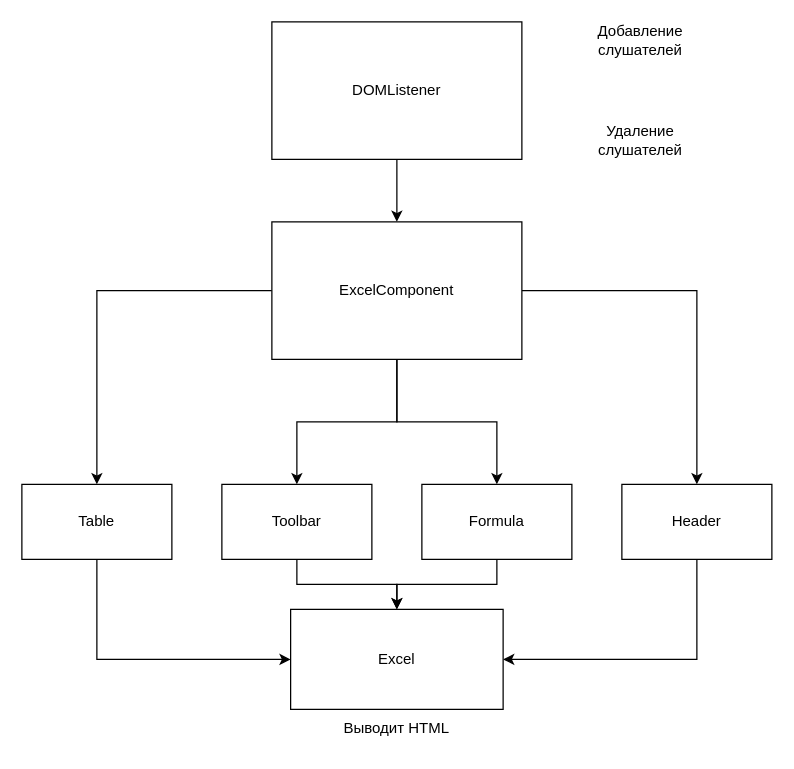
dmitriqm/excel-js keeps this draw.io diagram as page "Components" (2 of 3) of web design.drawio. Above is the earlier version. Source tidied: cells renumbered, new cells numbered last; positions are measured from the earlier drawing's top-left corner, leaving out a move shared by most shapes. Both pictures are drawn from the tidied source at 125%, with x=0, y=0 at pixel (21, 21).
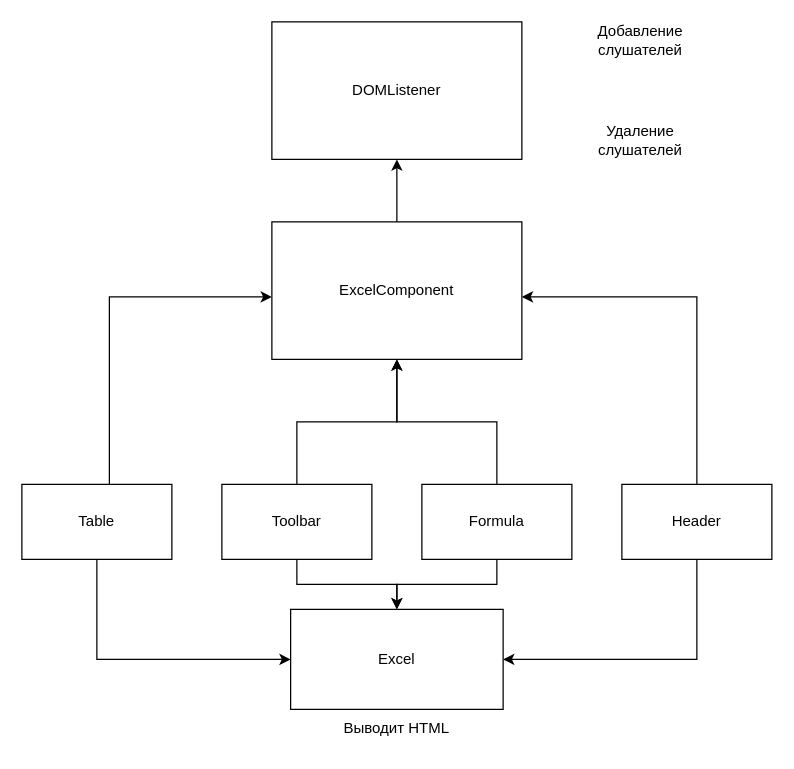
The same page after the edit.

Unchanged cells that the change refers to:
```xml
<mxCell id="3" value="Header" style="rounded=0;whiteSpace=wrap;html=1;" parent="1" vertex="1">
  <mxGeometry x="480" y="370" width="120" height="60" as="geometry" />
</mxCell>
<mxCell id="5" value="Formula" style="rounded=0;whiteSpace=wrap;html=1;" parent="1" vertex="1">
  <mxGeometry x="320" y="370" width="120" height="60" as="geometry" />
</mxCell>
<mxCell id="7" value="Toolbar" style="rounded=0;whiteSpace=wrap;html=1;" parent="1" vertex="1">
  <mxGeometry x="160" y="370" width="120" height="60" as="geometry" />
</mxCell>
<mxCell id="9" value="Table" style="rounded=0;whiteSpace=wrap;html=1;" parent="1" vertex="1">
  <mxGeometry y="370" width="120" height="60" as="geometry" />
</mxCell>
<mxCell id="11" value="DOMListener" style="rounded=0;whiteSpace=wrap;html=1;" parent="1" vertex="1">
  <mxGeometry x="200" width="200" height="110" as="geometry" />
</mxCell>
<mxCell id="16" value="ExcelComponent" style="rounded=0;whiteSpace=wrap;html=1;" parent="1" vertex="1">
  <mxGeometry x="200" y="160" width="200" height="110" as="geometry" />
</mxCell>
```

What changed in the source:
```diff
@@
+    <mxCell id="21" style="edgeStyle=orthogonalEdgeStyle;rounded=0;jettySize=auto;html=1;" parent="1" edge="1" source="3" target="16">
+      <mxGeometry relative="1" as="geometry">
+        <Array as="points">
+          <mxPoint x="540" y="220" />
+        </Array>
+      </mxGeometry>
+    </mxCell>
@@
+    <mxCell id="22" style="edgeStyle=orthogonalEdgeStyle;rounded=0;jettySize=auto;html=1;" parent="1" edge="1" source="5" target="16">
+      <mxGeometry relative="1" as="geometry" />
+    </mxCell>
@@
+    <mxCell id="23" style="edgeStyle=orthogonalEdgeStyle;rounded=0;jettySize=auto;html=1;" parent="1" edge="1" source="7" target="16">
+      <mxGeometry relative="1" as="geometry" />
+    </mxCell>
@@
+    <mxCell id="24" style="edgeStyle=orthogonalEdgeStyle;rounded=0;jettySize=auto;html=1;" parent="1" edge="1" source="9" target="16">
+      <mxGeometry relative="1" as="geometry">
+        <Array as="points">
+          <mxPoint x="70" y="220" />
+        </Array>
+      </mxGeometry>
+    </mxCell>
@@
-    <mxCell id="10" style="edgeStyle=orthogonalEdgeStyle;rounded=0;jettySize=auto;html=1;" parent="1" edge="1" source="11" target="16">
-      <mxGeometry relative="1" as="geometry" />
-    </mxCell>
@@
-    <mxCell id="12" style="edgeStyle=orthogonalEdgeStyle;rounded=0;jettySize=auto;html=1;" parent="1" edge="1" source="16" target="9">
-      <mxGeometry relative="1" as="geometry" />
-    </mxCell>
-    <mxCell id="13" style="edgeStyle=orthogonalEdgeStyle;rounded=0;jettySize=auto;html=1;" parent="1" edge="1" source="16" target="7">
-      <mxGeometry relative="1" as="geometry" />
-    </mxCell>
-    <mxCell id="14" style="edgeStyle=orthogonalEdgeStyle;rounded=0;jettySize=auto;html=1;" parent="1" edge="1" source="16" target="5">
-      <mxGeometry relative="1" as="geometry" />
-    </mxCell>
-    <mxCell id="15" style="edgeStyle=orthogonalEdgeStyle;rounded=0;jettySize=auto;html=1;" parent="1" edge="1" source="16" target="3">
-      <mxGeometry relative="1" as="geometry" />
-    </mxCell>
+    <mxCell id="25" style="edgeStyle=orthogonalEdgeStyle;rounded=0;jettySize=auto;html=1;" parent="1" edge="1" source="16" target="11">
+      <mxGeometry relative="1" as="geometry" />
+    </mxCell>
```
